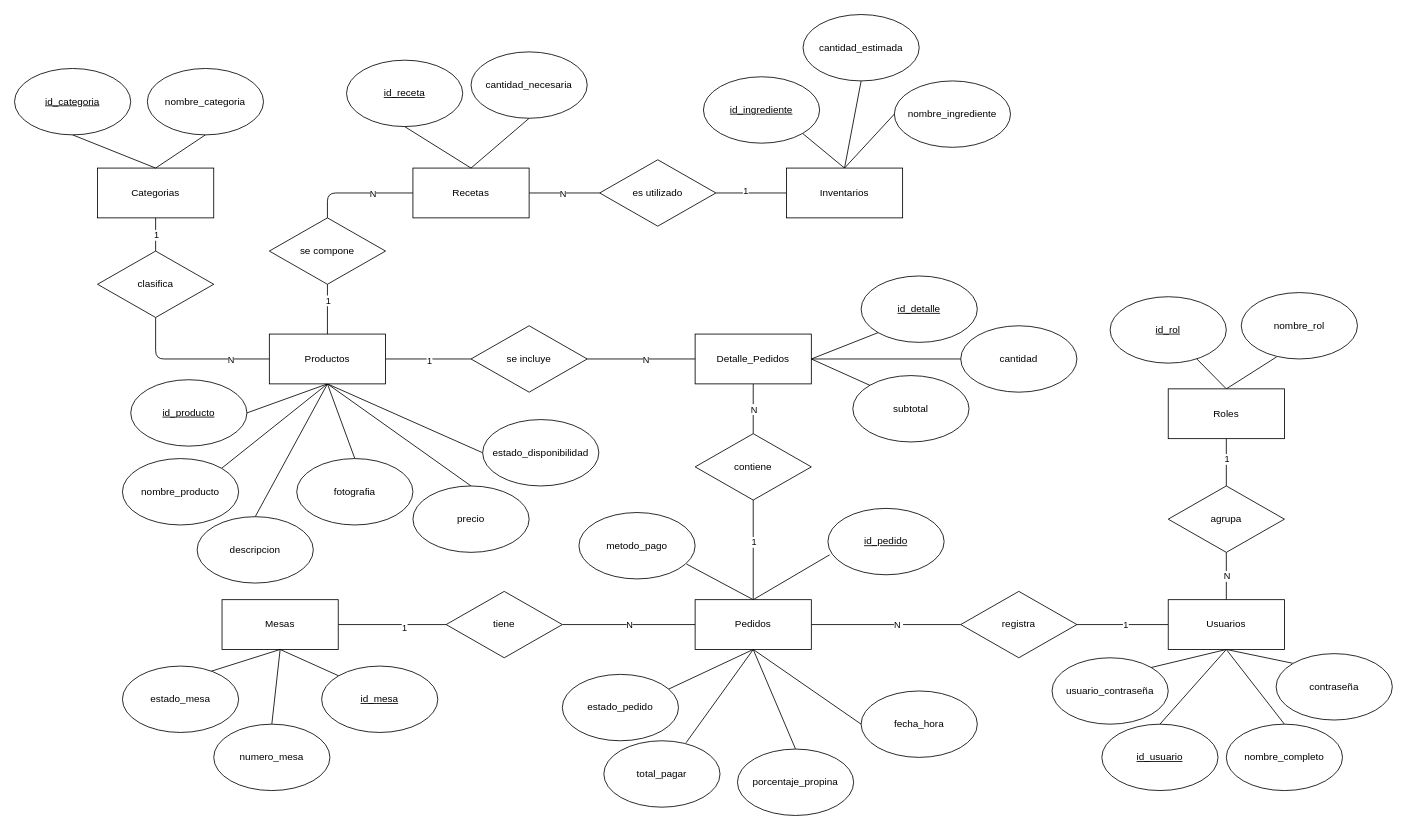
This is documentacion/Diagramas/DiagramaER.drawio from CanelaFeliz/ProyectoPPI115, a draw.io file, before an edit. Source tidied: cells renumbered, new cells numbered last; positions are measured from the earlier drawing's top-left corner, leaving out a move shared by most shapes. Both pictures are drawn from the tidied source at 83%, with x=0, y=0 at pixel (14, 14).
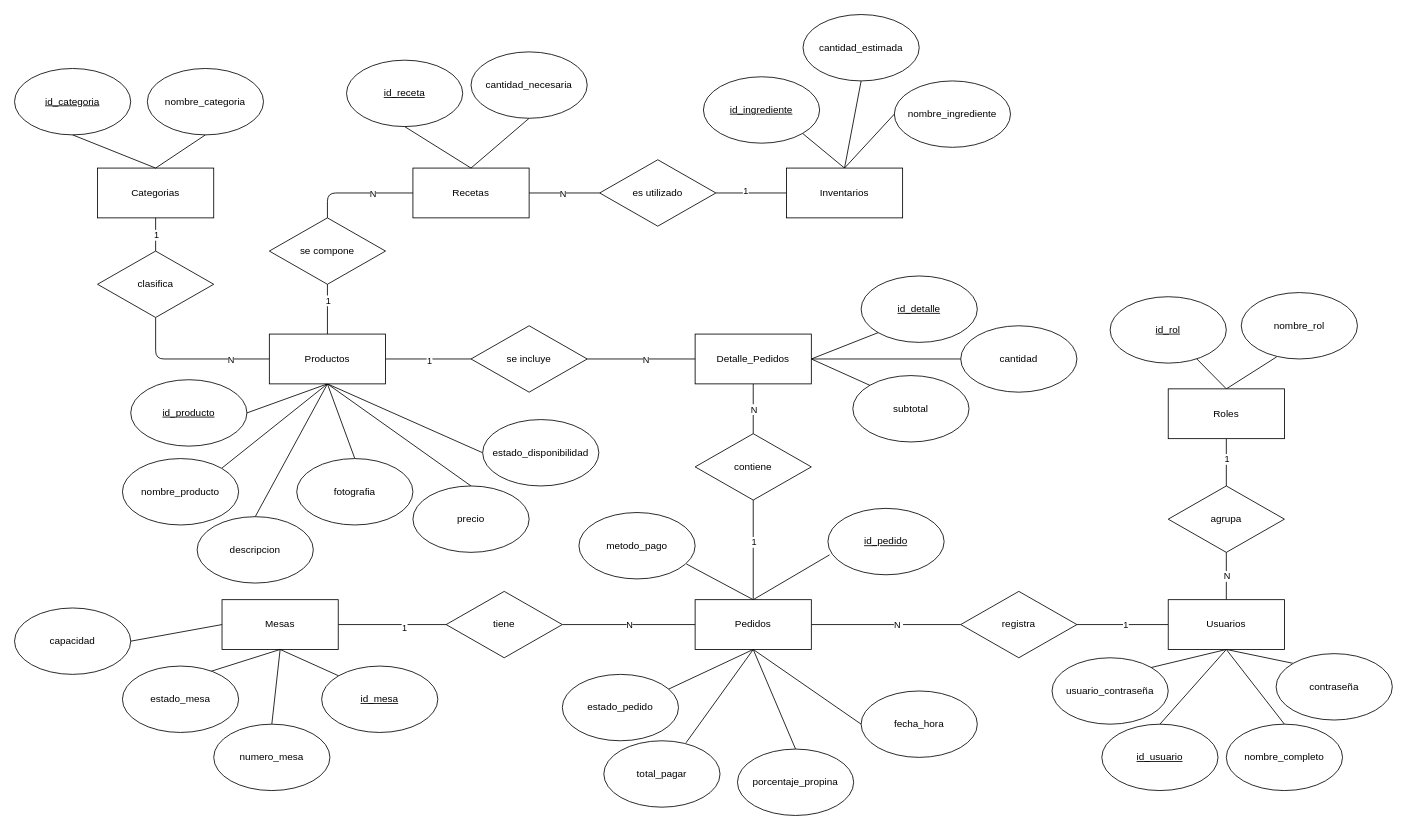
The same page after the edit.

The change refers to these unchanged cells:
```xml
<mxCell id="52" value="Mesas" style="rounded=0;whiteSpace=wrap;html=1;" parent="1" vertex="1">
  <mxGeometry x="250" y="705" width="140" height="60" as="geometry" />
</mxCell>
```

Change to the diagram source:
```diff
@@
+    <mxCell id="114" style="rounded=0;jettySize=auto;html=1;exitX=0;exitY=0.5;exitDx=0;exitDy=0;entryX=1;entryY=0.5;entryDx=0;entryDy=0;endArrow=none;endFill=0;" parent="1" edge="1" source="52" target="115">
+      <mxGeometry relative="1" as="geometry" />
+    </mxCell>
+    <mxCell id="115" value="capacidad" style="ellipse;whiteSpace=wrap;html=1;" parent="1" vertex="1">
+      <mxGeometry y="715" width="140" height="80" as="geometry" />
+    </mxCell>
```
